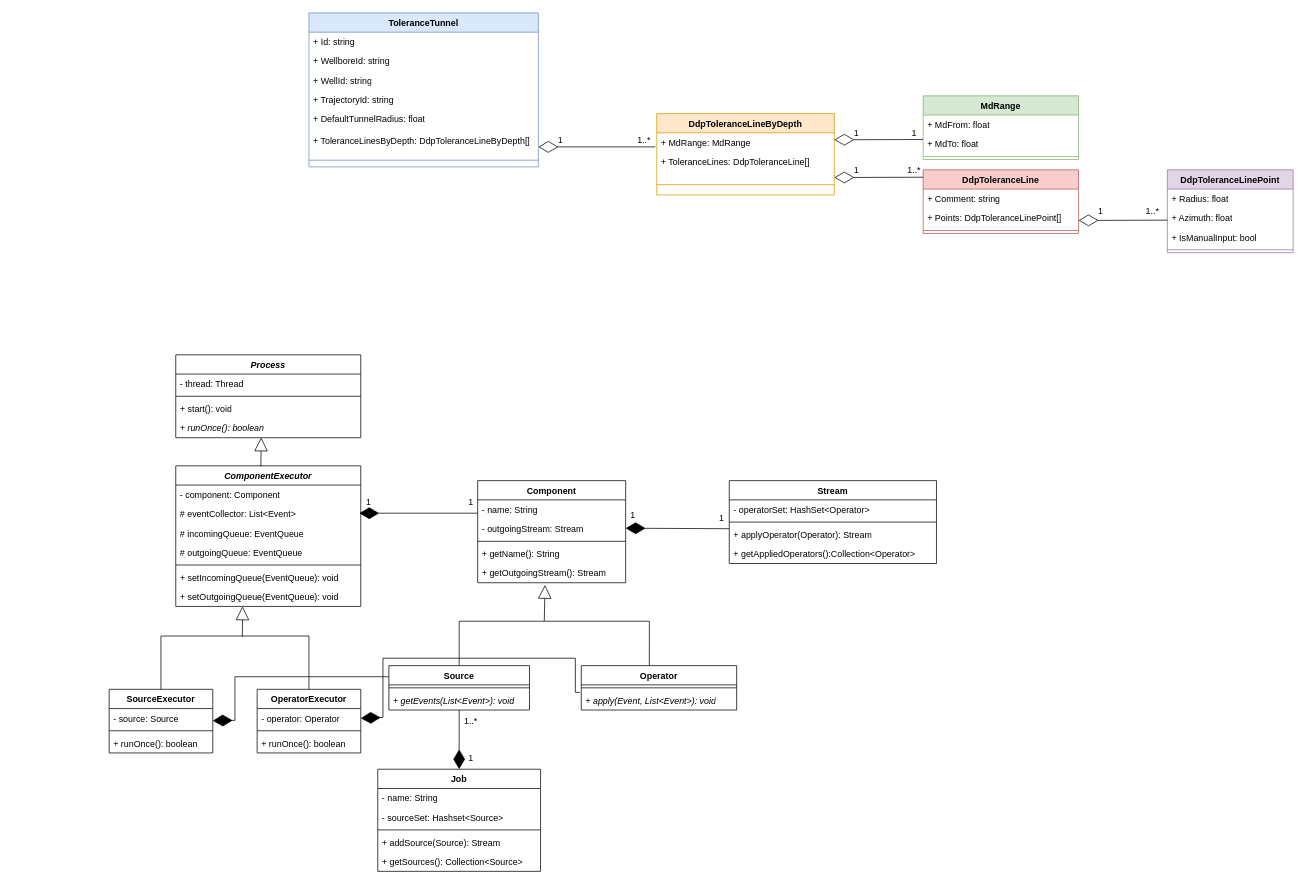
This is UML_Diagram.drawio from baoqger/drawing.io, a draw.io file, before an edit. Source tidied: cells renumbered, new cells numbered last; positions are measured from the earlier drawing's top-left corner, leaving out a move shared by most shapes. Both pictures are drawn from the tidied source at 74%, with x=0, y=0 at pixel (109, 13).
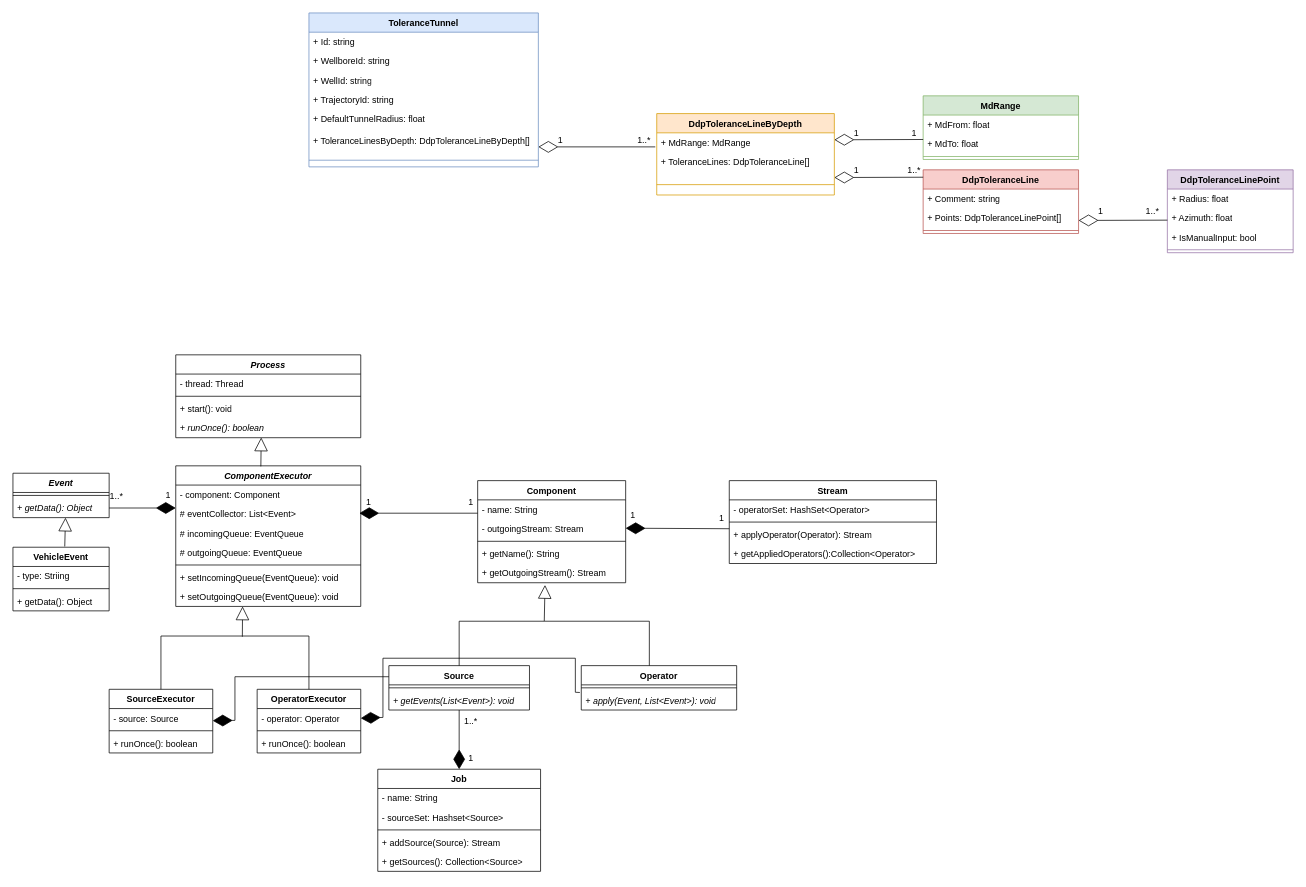
The same page after the edit.

What changed in the source:
```diff
@@
+    <mxCell id="101" value="&lt;i&gt;Event&lt;/i&gt;" style="swimlane;fontStyle=1;align=center;verticalAlign=top;horizontal=1;startSize=26;whiteSpace=wrap;html=1;" parent="1" vertex="1">
+      <mxGeometry x="-130" y="622" width="130" height="60" as="geometry" />
+    </mxCell>
+    <mxCell id="102" style="line;strokeWidth=1;fillColor=none;align=left;verticalAlign=middle;spacingTop=-1;spacingLeft=3;spacingRight=3;labelPosition=right;strokeColor=inherit;" parent="101" vertex="1">
+      <mxGeometry y="26" width="130" height="8" as="geometry" />
+    </mxCell>
+    <mxCell id="103" value="&lt;i&gt;+ getData(): Object&lt;/i&gt;&lt;div&gt;&lt;br&gt;&lt;/div&gt;" style="text;strokeColor=none;fillColor=none;align=left;verticalAlign=top;spacingLeft=4;spacingRight=4;overflow=hidden;points=[[0,0.5],[1,0.5]];portConstraint=eastwest;whiteSpace=wrap;html=1;" parent="101" vertex="1">
+      <mxGeometry y="34" width="130" height="26" as="geometry" />
+    </mxCell>
+    <mxCell id="104" style="endArrow=block;endSize=16;endFill=0;html=1;rounded=0;entryX=0.462;entryY=0.989;entryDx=0;entryDy=0;entryPerimeter=0;exitX=0.46;exitY=0.004;exitDx=0;exitDy=0;exitPerimeter=0;" parent="1" edge="1">
+      <mxGeometry relative="1" as="geometry">
+        <mxPoint x="-60" y="721" as="sourcePoint" />
+        <mxPoint x="-59" y="682" as="targetPoint" />
+      </mxGeometry>
+    </mxCell>
+    <mxCell id="105" value="VehicleEvent" style="swimlane;fontStyle=1;align=center;verticalAlign=top;horizontal=1;startSize=26;whiteSpace=wrap;html=1;" parent="1" vertex="1">
+      <mxGeometry x="-130" y="722" width="130" height="86" as="geometry" />
+    </mxCell>
+    <mxCell id="106" value="- type: Striing&lt;div&gt;&lt;br&gt;&lt;/div&gt;" style="text;strokeColor=none;fillColor=none;align=left;verticalAlign=top;spacingLeft=4;spacingRight=4;overflow=hidden;whiteSpace=wrap;html=1;" parent="105" vertex="1">
+      <mxGeometry y="26" width="130" height="26" as="geometry" />
+    </mxCell>
+    <mxCell id="107" style="line;strokeWidth=1;fillColor=none;align=left;verticalAlign=middle;spacingTop=-1;spacingLeft=3;spacingRight=3;labelPosition=right;strokeColor=inherit;" parent="105" vertex="1">
+      <mxGeometry y="52" width="130" height="8" as="geometry" />
+    </mxCell>
+    <mxCell id="108" value="+ getData(): Object&lt;div&gt;&lt;br&gt;&lt;/div&gt;" style="text;strokeColor=none;fillColor=none;align=left;verticalAlign=top;spacingLeft=4;spacingRight=4;overflow=hidden;whiteSpace=wrap;html=1;" parent="105" vertex="1">
+      <mxGeometry y="60" width="130" height="26" as="geometry" />
+    </mxCell>
+    <mxCell id="109" style="endArrow=diamondThin;endFill=1;endSize=24;html=1;rounded=0;exitX=1;exitY=0.5;exitDx=0;exitDy=0;" parent="1" edge="1" source="103">
+      <mxGeometry relative="1" as="geometry">
+        <mxPoint x="90" y="669" as="targetPoint" />
+      </mxGeometry>
+    </mxCell>
+    <mxCell id="110" value="1" style="text;html=1;align=center;verticalAlign=middle;whiteSpace=wrap;rounded=0;" parent="1" vertex="1">
+      <mxGeometry x="50" y="637" width="60" height="30" as="geometry" />
+    </mxCell>
+    <mxCell id="111" value="1..*" style="text;html=1;align=center;verticalAlign=middle;whiteSpace=wrap;rounded=0;" parent="1" vertex="1">
+      <mxGeometry x="-20" y="638" width="60" height="30" as="geometry" />
+    </mxCell>
```
